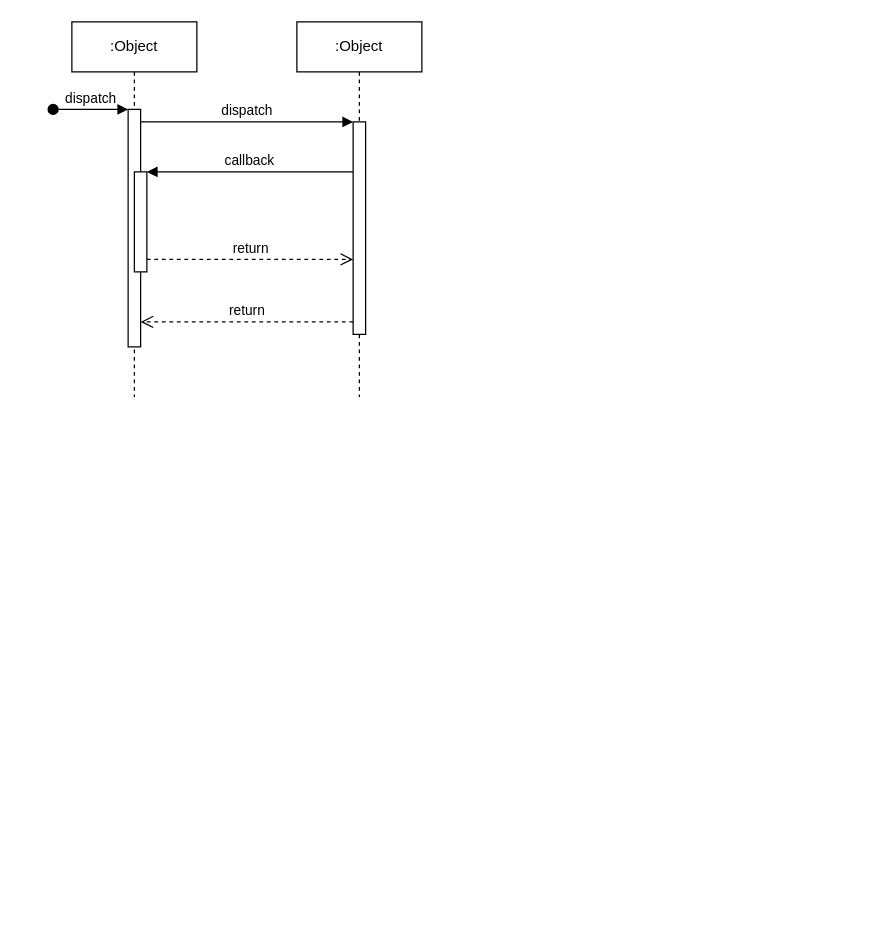
This is Untitled Diagram.drawio from arikkfir/devbot, a draw.io file, before an edit. Source tidied: cells renumbered, new cells numbered last; positions are measured from the earlier drawing's top-left corner, leaving out a move shared by most shapes. Both pictures are drawn from the tidied source at 125%, with x=0, y=0 at pixel (52, 21).
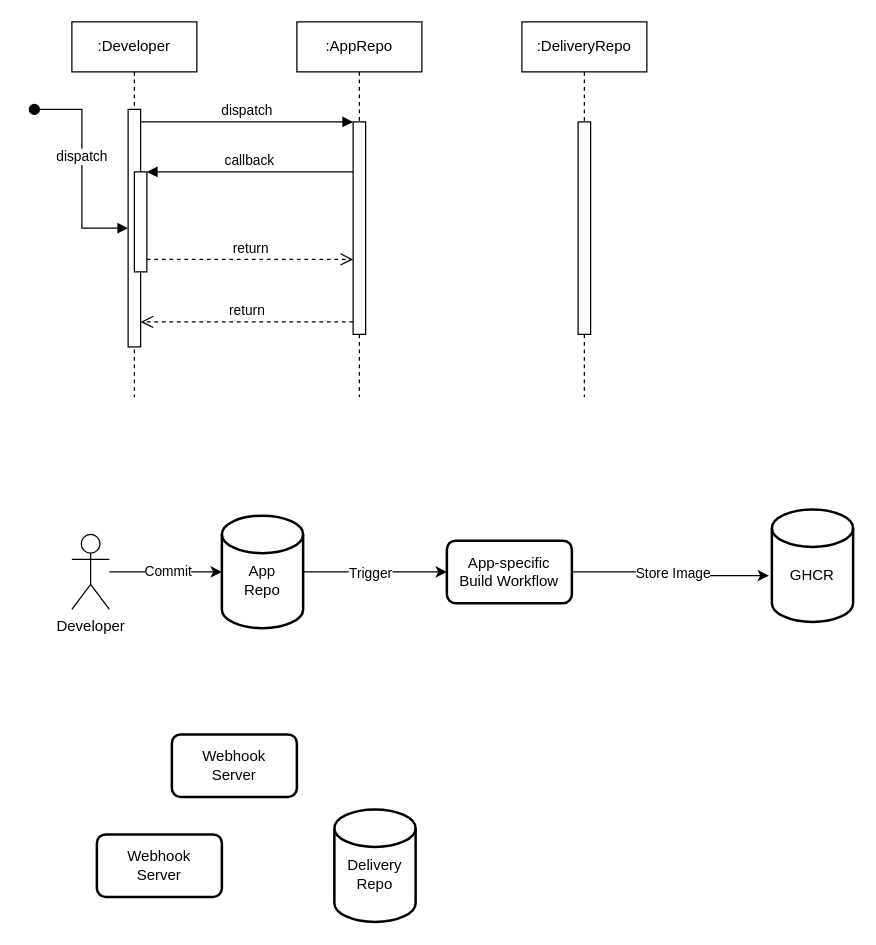
Above is the later version.

Unchanged cells that the change refers to:
```xml
<mxCell id="3" style="html=1;points=[];perimeter=orthogonalPerimeter;outlineConnect=0;targetShapes=umlLifeline;portConstraint=eastwest;newEdgeStyle={&quot;edgeStyle&quot;:&quot;elbowEdgeStyle&quot;,&quot;elbow&quot;:&quot;vertical&quot;,&quot;curved&quot;:0,&quot;rounded&quot;:0};" parent="2" vertex="1">
  <mxGeometry x="45" y="70" width="10" height="190" as="geometry" />
</mxCell>
```

Diff of the diagram source:
```diff
@@
-    <mxCell id="2" value=":Object" style="shape=umlLifeline;perimeter=lifelinePerimeter;whiteSpace=wrap;html=1;newEdgeStyle={&quot;edgeStyle&quot;:&quot;elbowEdgeStyle&quot;,&quot;elbow&quot;:&quot;vertical&quot;,&quot;curved&quot;:0,&quot;rounded&quot;:0};" parent="1" vertex="1">
+    <mxCell id="2" value=":Developer" style="shape=umlLifeline;perimeter=lifelinePerimeter;whiteSpace=wrap;html=1;newEdgeStyle={&quot;edgeStyle&quot;:&quot;elbowEdgeStyle&quot;,&quot;elbow&quot;:&quot;vertical&quot;,&quot;curved&quot;:0,&quot;rounded&quot;:0};" parent="1" vertex="1">
       <mxGeometry x="15" width="100" height="300" as="geometry" />
     </mxCell>
@@
-    <mxCell id="4" value="dispatch" style="html=1;verticalAlign=bottom;startArrow=oval;endArrow=block;startSize=8;edgeStyle=elbowEdgeStyle;elbow=vertical;curved=0;rounded=0;" parent="2" edge="1" target="3">
+    <mxCell id="4" value="dispatch" style="html=1;verticalAlign=bottom;startArrow=oval;endArrow=block;startSize=8;edgeStyle=elbowEdgeStyle;elbow=horizontal;curved=0;rounded=0;" parent="2" edge="1" target="3">
       <mxGeometry relative="1" as="geometry">
-        <mxPoint x="-15" y="70" as="sourcePoint" />
+        <mxPoint x="-30" y="70" as="sourcePoint" />
       </mxGeometry>
     </mxCell>
@@
-    <mxCell id="6" value=":Object" style="shape=umlLifeline;perimeter=lifelinePerimeter;whiteSpace=wrap;html=1;newEdgeStyle={&quot;edgeStyle&quot;:&quot;elbowEdgeStyle&quot;,&quot;elbow&quot;:&quot;vertical&quot;,&quot;curved&quot;:0,&quot;rounded&quot;:0};" parent="1" vertex="1">
+    <mxCell id="6" value=":AppRepo" style="shape=umlLifeline;perimeter=lifelinePerimeter;whiteSpace=wrap;html=1;newEdgeStyle={&quot;edgeStyle&quot;:&quot;elbowEdgeStyle&quot;,&quot;elbow&quot;:&quot;vertical&quot;,&quot;curved&quot;:0,&quot;rounded&quot;:0};" parent="1" vertex="1">
       <mxGeometry x="195" width="100" height="300" as="geometry" />
     </mxCell>
@@
+    <mxCell id="12" value=":DeliveryRepo" style="shape=umlLifeline;perimeter=lifelinePerimeter;whiteSpace=wrap;html=1;newEdgeStyle={&quot;edgeStyle&quot;:&quot;elbowEdgeStyle&quot;,&quot;elbow&quot;:&quot;vertical&quot;,&quot;curved&quot;:0,&quot;rounded&quot;:0};" parent="1" vertex="1">
+      <mxGeometry x="375" width="100" height="300" as="geometry" />
+    </mxCell>
+    <mxCell id="13" style="html=1;perimeter=orthogonalPerimeter;targetShapes=umlLifeline;newEdgeStyle={&quot;edgeStyle&quot;:&quot;elbowEdgeStyle&quot;,&quot;elbow&quot;:&quot;vertical&quot;,&quot;curved&quot;:0,&quot;rounded&quot;:0};" parent="12" vertex="1">
+      <mxGeometry x="45" y="80" width="10" height="170" as="geometry" />
+    </mxCell>
+    <mxCell id="14" value="App-specific&lt;br&gt;Build Workflow" style="rounded=1;whiteSpace=wrap;html=1;absoluteArcSize=1;arcSize=14;strokeWidth=2;" parent="1" vertex="1">
+      <mxGeometry x="315" y="415" width="100" height="50" as="geometry" />
+    </mxCell>
+    <mxCell id="15" value="Webhook&lt;br&gt;Server" style="rounded=1;whiteSpace=wrap;html=1;absoluteArcSize=1;arcSize=14;strokeWidth=2;" parent="1" vertex="1">
+      <mxGeometry x="95" y="570" width="100" height="50" as="geometry" />
+    </mxCell>
+    <mxCell id="16" value="Webhook&lt;br&gt;Server" style="rounded=1;whiteSpace=wrap;html=1;absoluteArcSize=1;arcSize=14;strokeWidth=2;" parent="1" vertex="1">
+      <mxGeometry x="35" y="650" width="100" height="50" as="geometry" />
+    </mxCell>
+    <mxCell id="17" style="edgeStyle=orthogonalEdgeStyle;rounded=0;jettySize=auto;html=1;entryX=0;entryY=0.5;entryDx=0;entryDy=0;" parent="1" edge="1" source="19" target="14">
+      <mxGeometry relative="1" as="geometry" />
+    </mxCell>
+    <mxCell id="18" value="Trigger" style="edgeLabel;html=1;align=center;verticalAlign=middle;" parent="17" vertex="1">
+      <mxGeometry x="-0.07" relative="1" as="geometry" />
+    </mxCell>
+    <mxCell id="19" value="&lt;br&gt;App&lt;br&gt;Repo" style="strokeWidth=2;html=1;shape=mxgraph.flowchart.database;whiteSpace=wrap;" parent="1" vertex="1">
+      <mxGeometry x="135" y="395" width="65" height="90" as="geometry" />
+    </mxCell>
+    <mxCell id="20" value="&lt;br&gt;Delivery&lt;br&gt;Repo" style="strokeWidth=2;html=1;shape=mxgraph.flowchart.database;whiteSpace=wrap;" parent="1" vertex="1">
+      <mxGeometry x="225" y="630" width="65" height="90" as="geometry" />
+    </mxCell>
+    <mxCell id="21" value="Developer" style="shape=umlActor;verticalLabelPosition=bottom;verticalAlign=top;html=1;outlineConnect=0;" parent="1" vertex="1">
+      <mxGeometry x="15" y="410" width="30" height="60" as="geometry" />
+    </mxCell>
+    <mxCell id="22" style="edgeStyle=orthogonalEdgeStyle;rounded=0;jettySize=auto;html=1;entryX=0;entryY=0.5;entryDx=0;entryDy=0;entryPerimeter=0;" parent="1" edge="1" source="21" target="19">
+      <mxGeometry relative="1" as="geometry" />
+    </mxCell>
+    <mxCell id="23" value="Commit" style="edgeLabel;html=1;align=center;verticalAlign=middle;" parent="22" vertex="1">
+      <mxGeometry x="0.06" y="-2" relative="1" as="geometry">
+        <mxPoint x="-2" y="-3" as="offset" />
+      </mxGeometry>
+    </mxCell>
+    <mxCell id="24" value="&lt;br&gt;GHCR" style="strokeWidth=2;html=1;shape=mxgraph.flowchart.database;whiteSpace=wrap;" parent="1" vertex="1">
+      <mxGeometry x="575" y="390" width="65" height="90" as="geometry" />
+    </mxCell>
+    <mxCell id="25" style="edgeStyle=orthogonalEdgeStyle;rounded=0;jettySize=auto;html=1;entryX=-0.036;entryY=0.589;entryDx=0;entryDy=0;entryPerimeter=0;" parent="1" edge="1" source="14" target="24">
+      <mxGeometry relative="1" as="geometry" />
+    </mxCell>
+    <mxCell id="26" value="Store Image" style="edgeLabel;html=1;align=center;verticalAlign=middle;" parent="25" vertex="1">
+      <mxGeometry x="0.18" y="1" relative="1" as="geometry">
+        <mxPoint x="-12" y="-2" as="offset" />
+      </mxGeometry>
+    </mxCell>
```
